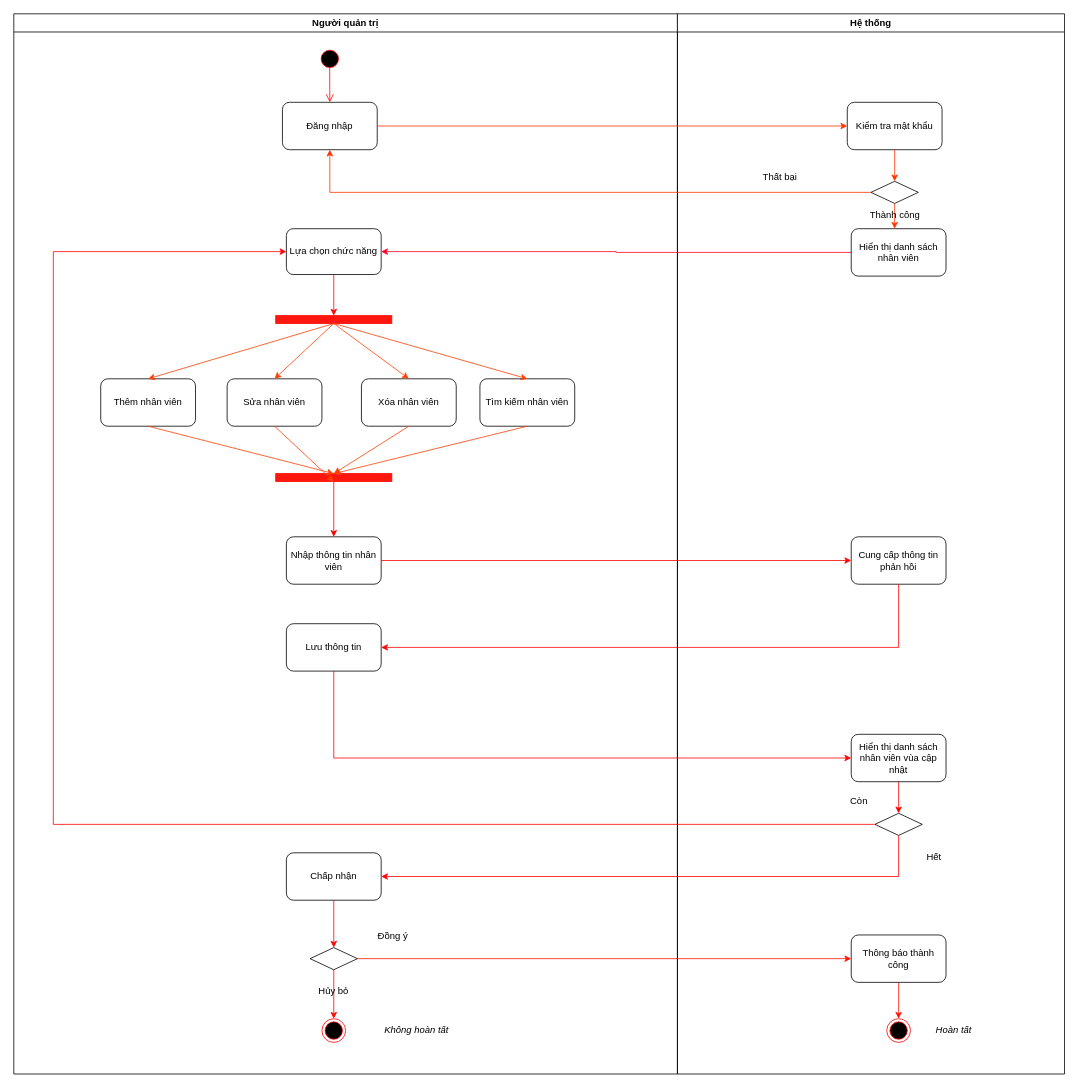
Earlier version of the draw.io diagram .mvn/wrapper/Biểu đồ quan li nhan vien.drawio (LiLLy3172005/HUYNHLUULY-). Source tidied: cells renumbered, new cells numbered last; positions are measured from the earlier drawing's top-left corner, leaving out a move shared by most shapes. Both pictures are drawn from the tidied source at 79%, with x=0, y=0 at pixel (13, 13).
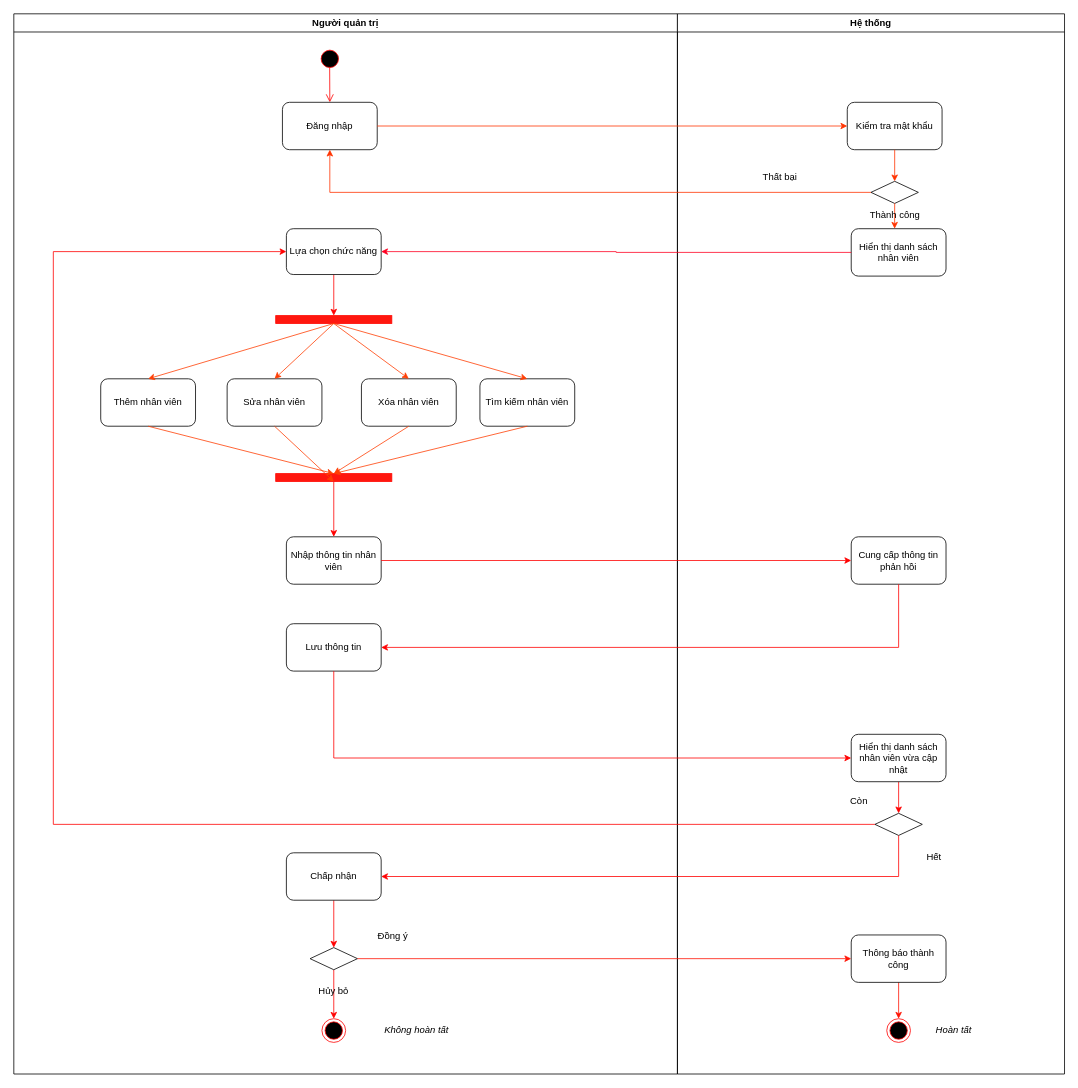
The same page after the edit.

Commit message (it also covers changes not shown here):
Cập nhật Biểu đồ quan li nhan vien.drawio

Unchanged cells that the change refers to:
```xml
<mxCell id="33" value="Hệ thống" style="swimlane;whiteSpace=wrap;" parent="1" vertex="1">
  <mxGeometry x="840" width="490" height="1342" as="geometry" />
</mxCell>
```

Diff of the diagram source:
```diff
@@
-    <mxCell id="41" value="Hiển thị danh sách nhân viên vùa cập nhật" style="rounded=1;whiteSpace=wrap;html=1;" parent="33" vertex="1">
+    <mxCell id="41" value="Hiển thị danh sách nhân viên vừa cập nhật" style="rounded=1;whiteSpace=wrap;html=1;" parent="33" vertex="1">
       <mxGeometry x="220" y="912" width="120" height="60" as="geometry" />
     </mxCell>
```
